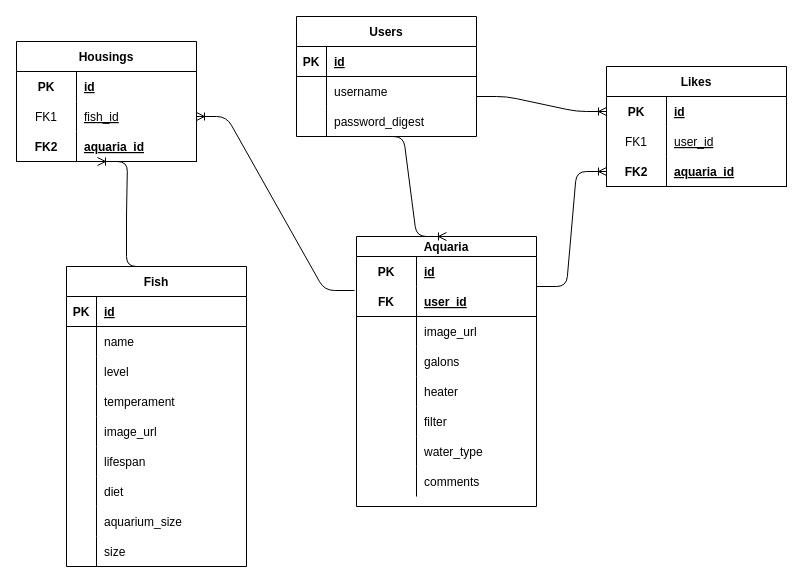
Earlier version of the draw.io diagram ERD.drawio (LorenaCueva/FishBook). Source tidied: cells renumbered, new cells numbered last; positions are measured from the earlier drawing's top-left corner, leaving out a move shared by most shapes. Both pictures are drawn from the tidied source at 100%, with x=0, y=0 at pixel (16, 16).
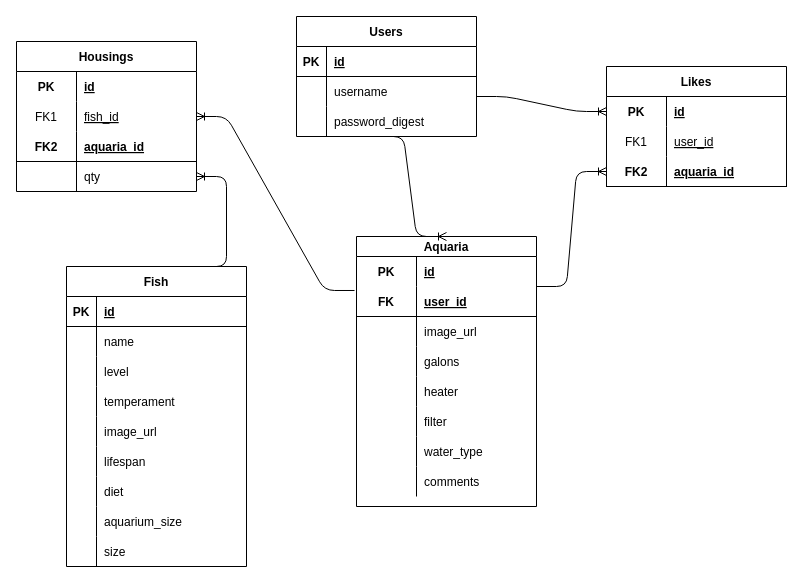
The same diagram, later.

The change refers to these unchanged cells:
```xml
<mxCell id="38" value="Fish" style="shape=table;startSize=30;childLayout=tableLayout;rowLines=0;fontStyle=1;align=center;" parent="1" vertex="1">
  <mxGeometry x="50" y="250" width="180" height="300" as="geometry" />
</mxCell>
<mxCell id="73" style="shape=tableRow;horizontal=0;startSize=0;swimlaneHead=0;swimlaneBody=0;fillColor=none;points=[[0,0.5],[1,0.5]];portConstraint=eastwest;top=0;left=0;right=0;bottom=1;" parent="66" vertex="1">
  <mxGeometry y="90" width="180" height="30" as="geometry" />
</mxCell>
```

Change to the diagram source:
```diff
@@
     <mxCell id="66" value="Housings" style="shape=table;startSize=30;childLayout=tableLayout;rowLines=0;fontStyle=1;align=center;" parent="1" vertex="1">
-      <mxGeometry y="25" width="180" height="120" as="geometry" />
+      <mxGeometry y="25" width="180" height="150" as="geometry" />
     </mxCell>
@@
+    <mxCell id="90" style="shape=tableRow;horizontal=0;startSize=0;swimlaneHead=0;swimlaneBody=0;fillColor=none;points=[[0,0.5],[1,0.5]];portConstraint=eastwest;top=0;left=0;right=0;bottom=0;" parent="66" vertex="1">
+      <mxGeometry y="120" width="180" height="30" as="geometry" />
+    </mxCell>
+    <mxCell id="91" style="shape=partialRectangle;fillColor=none;top=0;left=0;bottom=0;right=0;overflow=hidden;" parent="90" vertex="1">
+      <mxGeometry width="60" height="30" as="geometry" />
+    </mxCell>
+    <mxCell id="92" value="qty" style="shape=partialRectangle;fillColor=none;top=0;left=0;bottom=0;right=0;align=left;spacingLeft=6;overflow=hidden;" parent="90" vertex="1">
+      <mxGeometry x="60" width="120" height="30" as="geometry" />
+    </mxCell>
-    <mxCell id="76" style="edgeStyle=entityRelationEdgeStyle;fontSize=12;html=1;endArrow=ERoneToMany;exitX=0.5;exitY=0;exitDx=0;exitDy=0;entryX=0.45;entryY=1;entryDx=0;entryDy=0;entryPerimeter=0;" parent="1" edge="1" source="38" target="73">
+    <mxCell id="76" style="edgeStyle=entityRelationEdgeStyle;fontSize=12;html=1;endArrow=ERoneToMany;exitX=0.5;exitY=0;exitDx=0;exitDy=0;" parent="1" edge="1" source="38" target="90">
       <mxGeometry relative="1" as="geometry" />
     </mxCell>
```
